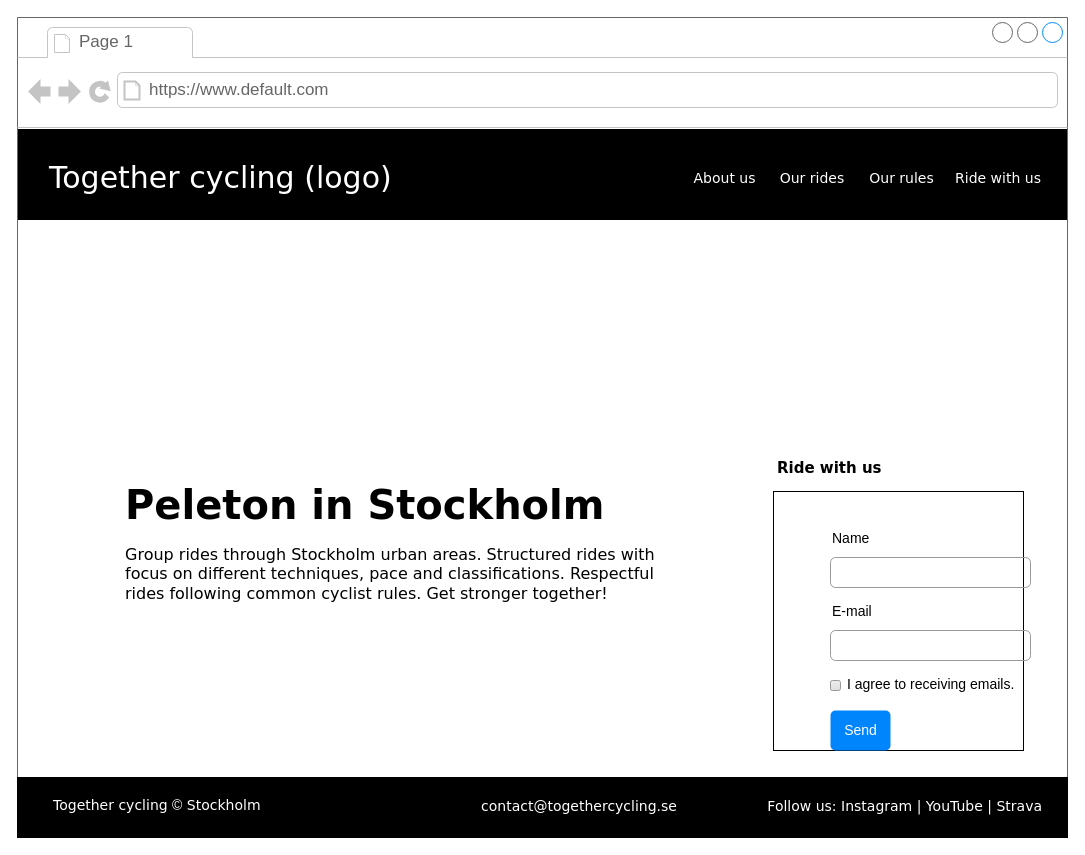
Above: page "Home" (1 of 6) of Together-cycling.drawio in CharlottaG/Together-Cycling (draw.io), before the change. Source tidied: cells renumbered, new cells numbered last; positions are measured from the earlier drawing's top-left corner, leaving out a move shared by most shapes. Both pictures are drawn from the tidied source at 100%, with x=0, y=0 at pixel (17, 17).
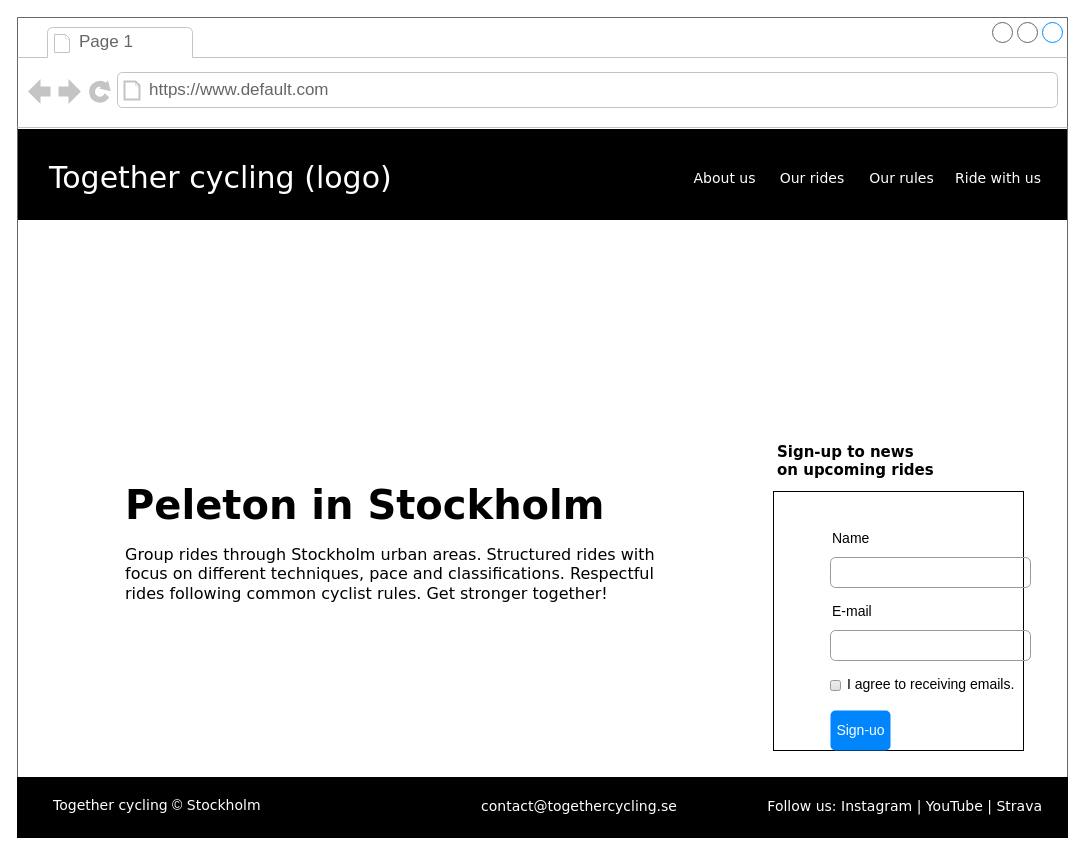
The same page after the edit.

Diff of the diagram source:
```diff
@@
-    <mxCell id="22" value="Send" style="html=1;shadow=0;dashed=0;shape=mxgraph.bootstrap.rrect;rSize=5;fillColor=#0085FC;strokeColor=none;align=center;fontSize=14;fontColor=#FFFFFF;" parent="1" vertex="1">
+    <mxCell id="22" value="Sign-uo" style="html=1;shadow=0;dashed=0;shape=mxgraph.bootstrap.rrect;rSize=5;fillColor=#0085FC;strokeColor=none;align=center;fontSize=14;fontColor=#FFFFFF;" parent="1" vertex="1">
       <mxGeometry width="60" height="40" relative="1" as="geometry">
         <mxPoint x="813" y="693" as="offset" />
       </mxGeometry>
     </mxCell>
-    <mxCell id="23" value="Ride with us" style="fillColor=none;strokeColor=none;fontSize=15;fontColor=#000000;fontFamily=Verdana;labelBackgroundColor=none;fontStyle=1;align=left;" parent="1" vertex="1">
-      <mxGeometry x="758" y="429" width="60" height="40" as="geometry" />
+    <mxCell id="23" value="Sign-up to news&#10;on upcoming rides" style="fillColor=none;strokeColor=none;fontSize=15;fontColor=#000000;fontFamily=Verdana;labelBackgroundColor=none;fontStyle=1;align=left;" parent="1" vertex="1">
+      <mxGeometry x="758" y="415" width="253" height="54" as="geometry" />
     </mxCell>
```
